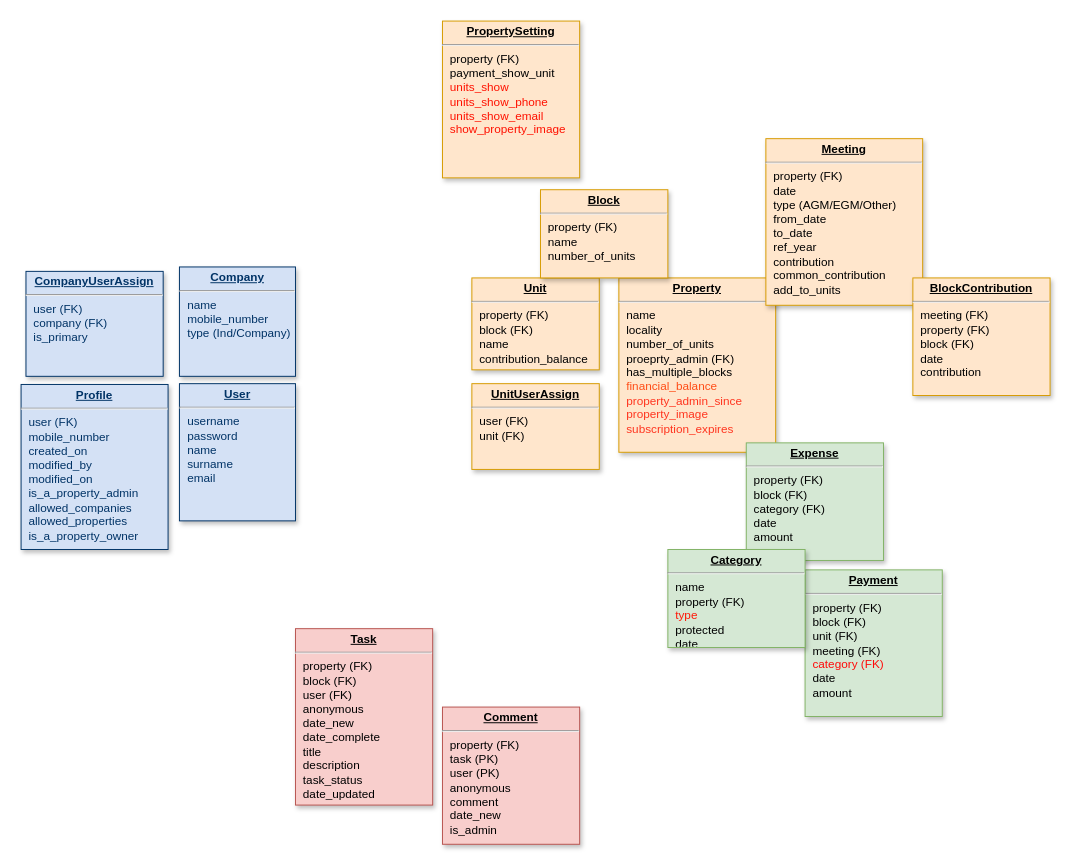
The draw.io diagram Untitled Diagram.drawio in gilubilu/hello-world, before the edit. Source tidied: cells renumbered, new cells numbered last; positions are measured from the earlier drawing's top-left corner, leaving out a move shared by most shapes. Both pictures are drawn from the tidied source at 98%, with x=0, y=0 at pixel (21, 21).
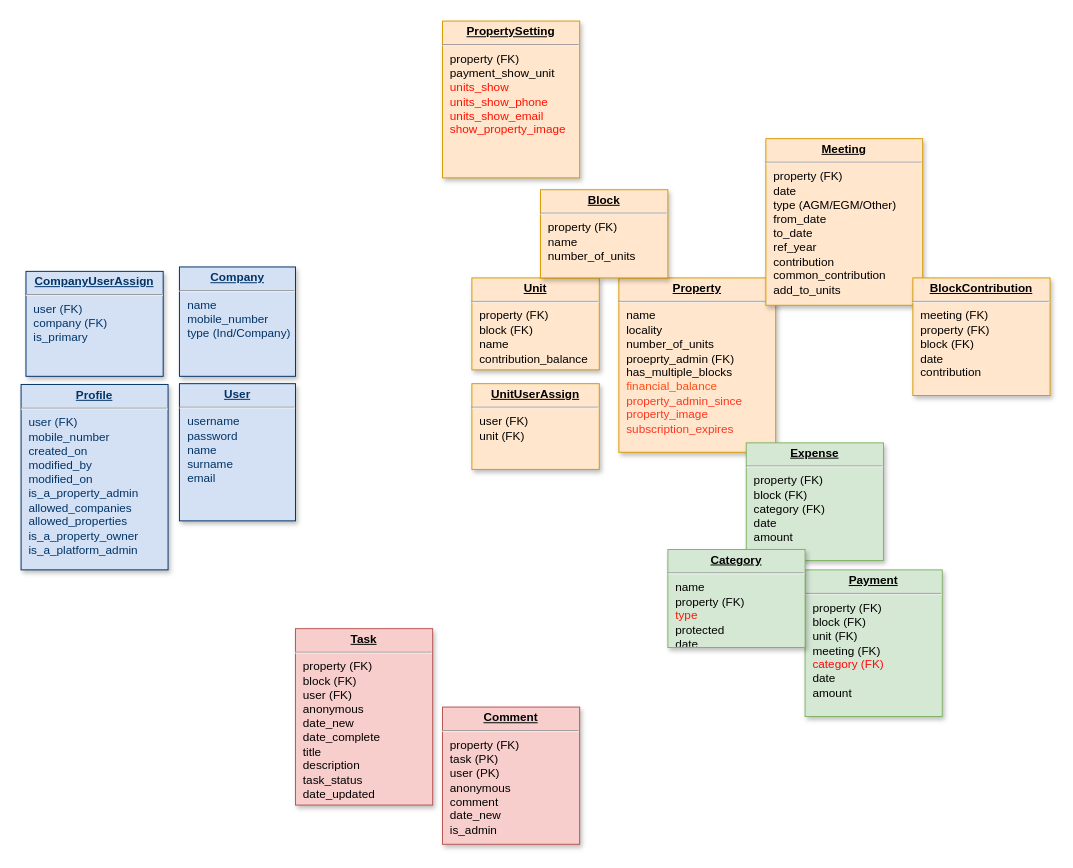
After the change.

Change to the diagram source:
```diff
@@
 <mxGraphModel background="#ffffff">
   <root>
     <mxCell id="0" />
     <mxCell id="1" parent="0" />
     <mxCell id="2" value="&lt;p style=&quot;margin: 0px ; margin-top: 4px ; text-align: center ; text-decoration: underline&quot;&gt;&lt;b&gt;UnitUserAssign&lt;/b&gt;&lt;/p&gt;&lt;hr&gt;&lt;p style=&quot;margin: 0px ; margin-left: 8px&quot;&gt;user (FK)&lt;/p&gt;&lt;p style=&quot;margin: 0px ; margin-left: 8px&quot;&gt;unit (FK)&lt;/p&gt;" style="verticalAlign=top;align=left;overflow=fill;fontSize=12;fontFamily=Helvetica;html=1;strokeColor=#d79b00;shadow=1;fillColor=#ffe6cc;" parent="1" vertex="1">
       <mxGeometry x="460" y="370" width="130" height="87.5" as="geometry" />
     </mxCell>
     <mxCell id="3" value="&lt;p style=&quot;margin: 0px ; margin-top: 4px ; text-align: center ; text-decoration: underline&quot;&gt;&lt;strong&gt;Unit&lt;/strong&gt;&lt;/p&gt;&lt;hr&gt;&lt;p style=&quot;margin: 0px ; margin-left: 8px&quot;&gt;property (FK)&lt;/p&gt;&lt;p style=&quot;margin: 0px ; margin-left: 8px&quot;&gt;block (FK)&lt;/p&gt;&lt;p style=&quot;margin: 0px ; margin-left: 8px&quot;&gt;name&lt;/p&gt;&lt;p style=&quot;margin: 0px ; margin-left: 8px&quot;&gt;&lt;span&gt;contribution_balance&lt;/span&gt;&lt;br&gt;&lt;/p&gt;&lt;p style=&quot;margin: 0px ; margin-left: 8px&quot;&gt;&lt;br&gt;&lt;/p&gt;" style="verticalAlign=top;align=left;overflow=fill;fontSize=12;fontFamily=Helvetica;html=1;strokeColor=#d79b00;shadow=1;fillColor=#ffe6cc;" parent="1" vertex="1">
       <mxGeometry x="460" y="262.1" width="130" height="93.8" as="geometry" />
     </mxCell>
     <mxCell id="4" value="&lt;p style=&quot;margin: 0px ; margin-top: 4px ; text-align: center ; text-decoration: underline&quot;&gt;&lt;strong&gt;Property&lt;/strong&gt;&lt;/p&gt;&lt;hr&gt;&lt;p style=&quot;margin: 0px ; margin-left: 8px&quot;&gt;name&lt;/p&gt;&lt;p style=&quot;margin: 0px ; margin-left: 8px&quot;&gt;locality&lt;/p&gt;&lt;p style=&quot;margin: 0px ; margin-left: 8px&quot;&gt;number_of_units&lt;/p&gt;&lt;p style=&quot;margin: 0px ; margin-left: 8px&quot;&gt;proeprty_admin (FK)&lt;/p&gt;&lt;p style=&quot;margin: 0px ; margin-left: 8px&quot;&gt;&lt;span&gt;has_multiple_blocks&lt;/span&gt;&lt;br&gt;&lt;/p&gt;&lt;p style=&quot;margin: 0px ; margin-left: 8px&quot;&gt;&lt;font color=&quot;#ff4d17&quot;&gt;financial_balance&lt;/font&gt;&lt;/p&gt;&lt;p style=&quot;margin: 0px ; margin-left: 8px&quot;&gt;&lt;font color=&quot;#ff351f&quot;&gt;property_admin_since&lt;/font&gt;&lt;font color=&quot;#ff4d17&quot;&gt;&lt;br&gt;&lt;/font&gt;&lt;/p&gt;&lt;p style=&quot;margin: 0px ; margin-left: 8px&quot;&gt;&lt;font color=&quot;#ff351f&quot;&gt;property_image&lt;/font&gt;&lt;/p&gt;&lt;p style=&quot;margin: 0px ; margin-left: 8px&quot;&gt;&lt;font color=&quot;#ff351f&quot;&gt;subscription_expires&lt;/font&gt;&lt;/p&gt;" style="verticalAlign=top;align=left;overflow=fill;fontSize=12;fontFamily=Helvetica;html=1;strokeColor=#d79b00;shadow=1;fillColor=#ffe6cc;" parent="1" vertex="1">
       <mxGeometry x="610" y="262.1" width="160" height="177.9" as="geometry" />
     </mxCell>
-    <mxCell id="5" value="&lt;p style=&quot;margin: 0px ; margin-top: 4px ; text-align: center ; text-decoration: underline&quot;&gt;&lt;strong&gt;Profile&lt;/strong&gt;&lt;/p&gt;&lt;hr&gt;&lt;p style=&quot;margin: 0px ; margin-left: 8px&quot;&gt;user (FK)&lt;/p&gt;&lt;p style=&quot;margin: 0px ; margin-left: 8px&quot;&gt;mobile_number&lt;/p&gt;&lt;p style=&quot;margin: 0px ; margin-left: 8px&quot;&gt;created_on&lt;/p&gt;&lt;p style=&quot;margin: 0px ; margin-left: 8px&quot;&gt;modified_by&lt;/p&gt;&lt;p style=&quot;margin: 0px ; margin-left: 8px&quot;&gt;modified_on&lt;/p&gt;&lt;p style=&quot;margin: 0px ; margin-left: 8px&quot;&gt;is_a_property_admin&lt;/p&gt;&lt;p style=&quot;margin: 0px ; margin-left: 8px&quot;&gt;allowed_companies&lt;/p&gt;&lt;p style=&quot;margin: 0px ; margin-left: 8px&quot;&gt;allowed_properties&lt;/p&gt;&lt;p style=&quot;margin: 0px ; margin-left: 8px&quot;&gt;is_a_property_owner&lt;/p&gt;" style="verticalAlign=top;align=left;overflow=fill;fontSize=12;fontFamily=Helvetica;html=1;strokeColor=#003366;shadow=1;fillColor=#D4E1F5;fontColor=#003366;direction=west;" parent="1" vertex="1">
-      <mxGeometry y="370.8" width="150" height="168.4" as="geometry" />
+    <mxCell id="5" value="&lt;p style=&quot;margin: 0px ; margin-top: 4px ; text-align: center ; text-decoration: underline&quot;&gt;&lt;strong&gt;Profile&lt;/strong&gt;&lt;/p&gt;&lt;hr&gt;&lt;p style=&quot;margin: 0px ; margin-left: 8px&quot;&gt;user (FK)&lt;/p&gt;&lt;p style=&quot;margin: 0px ; margin-left: 8px&quot;&gt;mobile_number&lt;/p&gt;&lt;p style=&quot;margin: 0px ; margin-left: 8px&quot;&gt;created_on&lt;/p&gt;&lt;p style=&quot;margin: 0px ; margin-left: 8px&quot;&gt;modified_by&lt;/p&gt;&lt;p style=&quot;margin: 0px ; margin-left: 8px&quot;&gt;modified_on&lt;/p&gt;&lt;p style=&quot;margin: 0px ; margin-left: 8px&quot;&gt;is_a_property_admin&lt;/p&gt;&lt;p style=&quot;margin: 0px ; margin-left: 8px&quot;&gt;allowed_companies&lt;/p&gt;&lt;p style=&quot;margin: 0px ; margin-left: 8px&quot;&gt;allowed_properties&lt;/p&gt;&lt;p style=&quot;margin: 0px ; margin-left: 8px&quot;&gt;is_a_property_owner&lt;/p&gt;&lt;p style=&quot;margin: 0px ; margin-left: 8px&quot;&gt;is_a_platform_admin&lt;/p&gt;" style="verticalAlign=top;align=left;overflow=fill;fontSize=12;fontFamily=Helvetica;html=1;strokeColor=#003366;shadow=1;fillColor=#D4E1F5;fontColor=#003366;direction=west;" parent="1" vertex="1">
+      <mxGeometry y="370.8" width="150" height="189.2" as="geometry" />
     </mxCell>
     <mxCell id="6" value="&lt;p style=&quot;margin: 0px ; margin-top: 4px ; text-align: center ; text-decoration: underline&quot;&gt;&lt;b&gt;User&lt;/b&gt;&lt;/p&gt;&lt;hr&gt;&lt;p style=&quot;margin: 0px ; margin-left: 8px&quot;&gt;username&lt;/p&gt;&lt;p style=&quot;margin: 0px ; margin-left: 8px&quot;&gt;password&lt;/p&gt;&lt;p style=&quot;margin: 0px ; margin-left: 8px&quot;&gt;name&lt;/p&gt;&lt;p style=&quot;margin: 0px ; margin-left: 8px&quot;&gt;surname&lt;/p&gt;&lt;p style=&quot;margin: 0px ; margin-left: 8px&quot;&gt;email&lt;/p&gt;" style="verticalAlign=top;align=left;overflow=fill;fontSize=12;fontFamily=Helvetica;html=1;strokeColor=#003366;shadow=1;fillColor=#D4E1F5;fontColor=#003366;direction=south;" parent="1" vertex="1">
       <mxGeometry x="161.6" y="370" width="118.4" height="140" as="geometry" />
     </mxCell>
     <mxCell id="7" value="&lt;p style=&quot;margin: 0px ; margin-top: 4px ; text-align: center ; text-decoration: underline&quot;&gt;&lt;b&gt;Company&lt;/b&gt;&lt;/p&gt;&lt;hr&gt;&lt;p style=&quot;margin: 0px ; margin-left: 8px&quot;&gt;name&lt;/p&gt;&lt;p style=&quot;margin: 0px ; margin-left: 8px&quot;&gt;mobile_number&lt;/p&gt;&lt;p style=&quot;margin: 0px ; margin-left: 8px&quot;&gt;type (Ind/Company)&lt;/p&gt;" style="verticalAlign=top;align=left;overflow=fill;fontSize=12;fontFamily=Helvetica;html=1;strokeColor=#003366;shadow=1;fillColor=#D4E1F5;fontColor=#003366;direction=south;" parent="1" vertex="1">
       <mxGeometry x="161.6" y="250.9" width="118.4" height="111.6" as="geometry" />
     </mxCell>
     <mxCell id="8" value="&lt;p style=&quot;margin: 0px ; margin-top: 4px ; text-align: center ; text-decoration: underline&quot;&gt;&lt;b&gt;CompanyUserAssign&lt;/b&gt;&lt;/p&gt;&lt;hr&gt;&lt;p style=&quot;margin: 0px ; margin-left: 8px&quot;&gt;user (FK)&lt;/p&gt;&lt;p style=&quot;margin: 0px ; margin-left: 8px&quot;&gt;company (FK)&lt;/p&gt;&lt;p style=&quot;margin: 0px ; margin-left: 8px&quot;&gt;is_primary&lt;/p&gt;" style="verticalAlign=top;align=left;overflow=fill;fontSize=12;fontFamily=Helvetica;html=1;strokeColor=#003366;shadow=1;fillColor=#D4E1F5;fontColor=#003366;direction=east;" parent="1" vertex="1">
       <mxGeometry x="5" y="255.4" width="140" height="107.1" as="geometry" />
     </mxCell>
     <mxCell id="9" value="&lt;p style=&quot;margin: 0px ; margin-top: 4px ; text-align: center ; text-decoration: underline&quot;&gt;&lt;strong&gt;Meeting&lt;/strong&gt;&lt;/p&gt;&lt;hr&gt;&lt;p style=&quot;margin: 0px ; margin-left: 8px&quot;&gt;property (FK)&lt;/p&gt;&lt;p style=&quot;margin: 0px ; margin-left: 8px&quot;&gt;date&lt;/p&gt;&lt;p style=&quot;margin: 0px ; margin-left: 8px&quot;&gt;type (AGM/EGM/Other)&lt;/p&gt;&lt;p style=&quot;margin: 0px ; margin-left: 8px&quot;&gt;from_date&lt;/p&gt;&lt;p style=&quot;margin: 0px ; margin-left: 8px&quot;&gt;to_date&lt;/p&gt;&lt;p style=&quot;margin: 0px ; margin-left: 8px&quot;&gt;ref_year&lt;/p&gt;&lt;p style=&quot;margin: 0px ; margin-left: 8px&quot;&gt;contribution&lt;/p&gt;&lt;p style=&quot;margin: 0px ; margin-left: 8px&quot;&gt;common_contribution&lt;/p&gt;&lt;p style=&quot;margin: 0px ; margin-left: 8px&quot;&gt;add_to_units&lt;/p&gt;" style="verticalAlign=top;align=left;overflow=fill;fontSize=12;fontFamily=Helvetica;html=1;strokeColor=#d79b00;shadow=1;fillColor=#ffe6cc;direction=west;" parent="1" vertex="1">
       <mxGeometry x="760" y="120" width="160" height="170" as="geometry" />
     </mxCell>
     <mxCell id="10" value="&lt;p style=&quot;margin: 0px ; margin-top: 4px ; text-align: center ; text-decoration: underline&quot;&gt;&lt;strong&gt;BlockContribution&lt;/strong&gt;&lt;/p&gt;&lt;hr&gt;&lt;p style=&quot;margin: 0px ; margin-left: 8px&quot;&gt;meeting (FK)&lt;/p&gt;&lt;p style=&quot;margin: 0px ; margin-left: 8px&quot;&gt;property (FK)&lt;/p&gt;&lt;p style=&quot;margin: 0px ; margin-left: 8px&quot;&gt;block (FK)&lt;/p&gt;&lt;p style=&quot;margin: 0px ; margin-left: 8px&quot;&gt;date&lt;/p&gt;&lt;p style=&quot;margin: 0px ; margin-left: 8px&quot;&gt;contribution&lt;br&gt;&lt;/p&gt;" style="verticalAlign=top;align=left;overflow=fill;fontSize=12;fontFamily=Helvetica;html=1;strokeColor=#d79b00;shadow=1;fillColor=#ffe6cc;direction=west;" parent="1" vertex="1">
       <mxGeometry x="910" y="262.1" width="140" height="120" as="geometry" />
     </mxCell>
     <mxCell id="11" value="&lt;p style=&quot;margin: 0px ; margin-top: 4px ; text-align: center ; text-decoration: underline&quot;&gt;&lt;strong&gt;Block&lt;/strong&gt;&lt;/p&gt;&lt;hr&gt;&lt;p style=&quot;margin: 0px ; margin-left: 8px&quot;&gt;property (FK)&lt;/p&gt;&lt;p style=&quot;margin: 0px ; margin-left: 8px&quot;&gt;name&lt;/p&gt;&lt;p style=&quot;margin: 0px ; margin-left: 8px&quot;&gt;number_of_units&lt;/p&gt;&lt;p style=&quot;margin: 0px ; margin-left: 8px&quot;&gt;&lt;br&gt;&lt;/p&gt;" style="verticalAlign=top;align=left;overflow=fill;fontSize=12;fontFamily=Helvetica;html=1;strokeColor=#d79b00;shadow=1;fillColor=#ffe6cc;direction=west;" parent="1" vertex="1">
       <mxGeometry x="530" y="172.1" width="130" height="90" as="geometry" />
     </mxCell>
     <mxCell id="12" value="&lt;p style=&quot;margin: 0px ; margin-top: 4px ; text-align: center ; text-decoration: underline&quot;&gt;&lt;strong&gt;Payment&lt;/strong&gt;&lt;/p&gt;&lt;hr&gt;&lt;p style=&quot;margin: 0px ; margin-left: 8px&quot;&gt;&lt;span&gt;property (FK)&lt;/span&gt;&lt;br&gt;&lt;/p&gt;&lt;p style=&quot;margin: 0px ; margin-left: 8px&quot;&gt;&lt;span&gt;block (FK)&lt;/span&gt;&lt;/p&gt;&lt;p style=&quot;margin: 0px ; margin-left: 8px&quot;&gt;&lt;span&gt;unit (FK)&lt;/span&gt;&lt;/p&gt;&lt;p style=&quot;margin: 0px ; margin-left: 8px&quot;&gt;meeting (FK)&lt;/p&gt;&lt;p style=&quot;margin: 0px ; margin-left: 8px&quot;&gt;&lt;font color=&quot;#ff0a0a&quot;&gt;category (FK)&lt;/font&gt;&lt;/p&gt;&lt;p style=&quot;margin: 0px ; margin-left: 8px&quot;&gt;date&lt;span&gt;&lt;br&gt;&lt;/span&gt;&lt;/p&gt;&lt;p style=&quot;margin: 0px ; margin-left: 8px&quot;&gt;&lt;span&gt;amount&lt;/span&gt;&lt;/p&gt;" style="verticalAlign=top;align=left;overflow=fill;fontSize=12;fontFamily=Helvetica;html=1;strokeColor=#82b366;shadow=1;fillColor=#d5e8d4;direction=west;" parent="1" vertex="1">
       <mxGeometry x="800" y="560" width="140" height="149.6" as="geometry" />
     </mxCell>
     <mxCell id="13" value="&lt;p style=&quot;margin: 0px ; margin-top: 4px ; text-align: center ; text-decoration: underline&quot;&gt;&lt;strong&gt;Expense&lt;/strong&gt;&lt;/p&gt;&lt;hr&gt;&lt;p style=&quot;margin: 0px ; margin-left: 8px&quot;&gt;&lt;span&gt;property (FK)&lt;/span&gt;&lt;/p&gt;&lt;p style=&quot;margin: 0px ; margin-left: 8px&quot;&gt;&lt;span&gt;block (FK)&lt;/span&gt;&lt;/p&gt;&lt;p style=&quot;margin: 0px ; margin-left: 8px&quot;&gt;category (FK)&lt;/p&gt;&lt;p style=&quot;margin: 0px ; margin-left: 8px&quot;&gt;date&lt;/p&gt;&lt;p style=&quot;margin: 0px ; margin-left: 8px&quot;&gt;&lt;span&gt;amount&lt;/span&gt;&lt;br&gt;&lt;/p&gt;&lt;p style=&quot;margin: 0px ; margin-left: 8px&quot;&gt;&lt;br&gt;&lt;/p&gt;" style="verticalAlign=top;align=left;overflow=fill;fontSize=12;fontFamily=Helvetica;html=1;strokeColor=#82b366;shadow=1;fillColor=#d5e8d4;direction=west;" parent="1" vertex="1">
       <mxGeometry x="740" y="430.4" width="140" height="120" as="geometry" />
     </mxCell>
     <mxCell id="14" value="&lt;p style=&quot;margin: 0px ; margin-top: 4px ; text-align: center ; text-decoration: underline&quot;&gt;&lt;strong&gt;Category&lt;/strong&gt;&lt;/p&gt;&lt;hr&gt;&lt;p style=&quot;margin: 0px ; margin-left: 8px&quot;&gt;name&lt;br&gt;&lt;/p&gt;&lt;p style=&quot;margin: 0px ; margin-left: 8px&quot;&gt;property (FK)&lt;/p&gt;&lt;p style=&quot;margin: 0px ; margin-left: 8px&quot;&gt;&lt;font color=&quot;#ff1808&quot;&gt;type&lt;/font&gt;&lt;/p&gt;&lt;p style=&quot;margin: 0px ; margin-left: 8px&quot;&gt;protected&lt;/p&gt;&lt;p style=&quot;margin: 0px ; margin-left: 8px&quot;&gt;date&lt;/p&gt;" style="verticalAlign=top;align=left;overflow=fill;fontSize=12;fontFamily=Helvetica;html=1;strokeColor=#82b366;shadow=1;fillColor=#d5e8d4;direction=west;" parent="1" vertex="1">
       <mxGeometry x="660" y="539.2" width="140" height="100" as="geometry" />
     </mxCell>
     <mxCell id="15" value="&lt;p style=&quot;margin: 0px ; margin-top: 4px ; text-align: center ; text-decoration: underline&quot;&gt;&lt;strong&gt;Task&lt;/strong&gt;&lt;/p&gt;&lt;hr&gt;&lt;p style=&quot;margin: 0px ; margin-left: 8px&quot;&gt;&lt;span&gt;property (FK)&lt;/span&gt;&lt;br&gt;&lt;/p&gt;&lt;p style=&quot;margin: 0px ; margin-left: 8px&quot;&gt;&lt;span&gt;block (FK)&lt;/span&gt;&lt;/p&gt;&lt;p style=&quot;margin: 0px ; margin-left: 8px&quot;&gt;&lt;span&gt;user (FK)&lt;/span&gt;&lt;/p&gt;&lt;p style=&quot;margin: 0px ; margin-left: 8px&quot;&gt;&lt;span&gt;anonymous&lt;/span&gt;&lt;/p&gt;&lt;p style=&quot;margin: 0px ; margin-left: 8px&quot;&gt;date_new&lt;/p&gt;&lt;p style=&quot;margin: 0px ; margin-left: 8px&quot;&gt;date_complete&lt;/p&gt;&lt;p style=&quot;margin: 0px ; margin-left: 8px&quot;&gt;title&lt;span&gt;&lt;br&gt;&lt;/span&gt;&lt;/p&gt;&lt;p style=&quot;margin: 0px ; margin-left: 8px&quot;&gt;&lt;span&gt;description&lt;/span&gt;&lt;/p&gt;&lt;p style=&quot;margin: 0px ; margin-left: 8px&quot;&gt;&lt;span&gt;task_status&lt;/span&gt;&lt;/p&gt;&lt;p style=&quot;margin: 0px ; margin-left: 8px&quot;&gt;&lt;span&gt;date_updated&lt;/span&gt;&lt;/p&gt;" style="verticalAlign=top;align=left;overflow=fill;fontSize=12;fontFamily=Helvetica;html=1;strokeColor=#b85450;shadow=1;fillColor=#f8cecc;direction=west;" parent="1" vertex="1">
       <mxGeometry x="280" y="620" width="140" height="180" as="geometry" />
     </mxCell>
     <mxCell id="16" value="&lt;p style=&quot;margin: 0px ; margin-top: 4px ; text-align: center ; text-decoration: underline&quot;&gt;&lt;b&gt;Comment&lt;/b&gt;&lt;/p&gt;&lt;hr&gt;&lt;p style=&quot;margin: 0px ; margin-left: 8px&quot;&gt;&lt;span&gt;property (FK)&lt;/span&gt;&lt;br&gt;&lt;/p&gt;&lt;p style=&quot;margin: 0px ; margin-left: 8px&quot;&gt;&lt;span&gt;task (PK)&lt;/span&gt;&lt;/p&gt;&lt;p style=&quot;margin: 0px ; margin-left: 8px&quot;&gt;&lt;span&gt;user (PK)&lt;/span&gt;&lt;/p&gt;&lt;p style=&quot;margin: 0px ; margin-left: 8px&quot;&gt;&lt;span&gt;anonymous&lt;/span&gt;&lt;/p&gt;&lt;p style=&quot;margin: 0px ; margin-left: 8px&quot;&gt;&lt;span&gt;comment&lt;/span&gt;&lt;/p&gt;&lt;p style=&quot;margin: 0px ; margin-left: 8px&quot;&gt;&lt;span&gt;date_new&lt;/span&gt;&lt;/p&gt;&lt;p style=&quot;margin: 0px ; margin-left: 8px&quot;&gt;&lt;span&gt;is_admin&lt;/span&gt;&lt;/p&gt;&lt;p style=&quot;margin: 0px ; margin-left: 8px&quot;&gt;&lt;span&gt;&lt;br&gt;&lt;/span&gt;&lt;/p&gt;" style="verticalAlign=top;align=left;overflow=fill;fontSize=12;fontFamily=Helvetica;html=1;strokeColor=#b85450;shadow=1;fillColor=#f8cecc;direction=west;" parent="1" vertex="1">
       <mxGeometry x="430" y="700" width="140" height="140" as="geometry" />
     </mxCell>
     <mxCell id="17" value="&lt;p style=&quot;margin: 0px ; margin-top: 4px ; text-align: center ; text-decoration: underline&quot;&gt;&lt;strong&gt;PropertySetting&lt;/strong&gt;&lt;/p&gt;&lt;hr&gt;&lt;p style=&quot;margin: 0px ; margin-left: 8px&quot;&gt;property (FK)&lt;/p&gt;&lt;p style=&quot;margin: 0px ; margin-left: 8px&quot;&gt;payment_show_unit&lt;/p&gt;&lt;p style=&quot;margin: 0px ; margin-left: 8px&quot;&gt;&lt;font color=&quot;#ff1100&quot;&gt;units_show&lt;/font&gt;&lt;/p&gt;&lt;p style=&quot;margin: 0px ; margin-left: 8px&quot;&gt;&lt;font color=&quot;#ff1100&quot;&gt;units_show_phone&lt;/font&gt;&lt;/p&gt;&lt;p style=&quot;margin: 0px ; margin-left: 8px&quot;&gt;&lt;font color=&quot;#ff1100&quot;&gt;units_show_email&lt;/font&gt;&lt;/p&gt;&lt;p style=&quot;margin: 0px ; margin-left: 8px&quot;&gt;&lt;font color=&quot;#ff1100&quot;&gt;show_property_image&lt;/font&gt;&lt;/p&gt;" style="verticalAlign=top;align=left;overflow=fill;fontSize=12;fontFamily=Helvetica;html=1;strokeColor=#d79b00;shadow=1;fillColor=#ffe6cc;direction=west;" parent="1" vertex="1">
       <mxGeometry x="430" width="140" height="160" as="geometry" />
     </mxCell>
   </root>
 </mxGraphModel>
```
